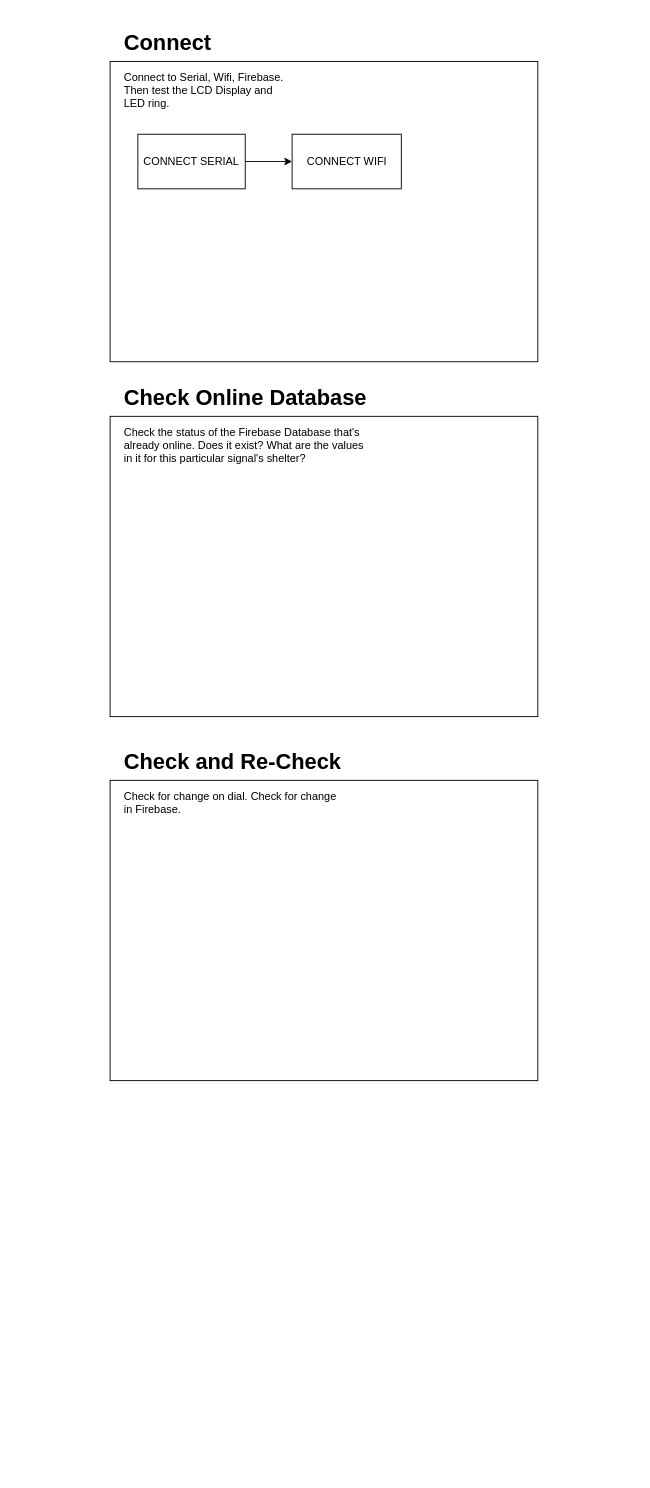
This is page "Page-2" (3 of 4) of diagrams/chalmers-signal-occupancy.drawio from chalmersproject/openshelter-signal, a draw.io file, before an edit. Source tidied: cells renumbered, new cells numbered last; positions are measured from the earlier drawing's top-left corner, leaving out a move shared by most shapes. Both pictures are drawn from the tidied source at 91%, with x=0, y=0 at pixel (110, 25).
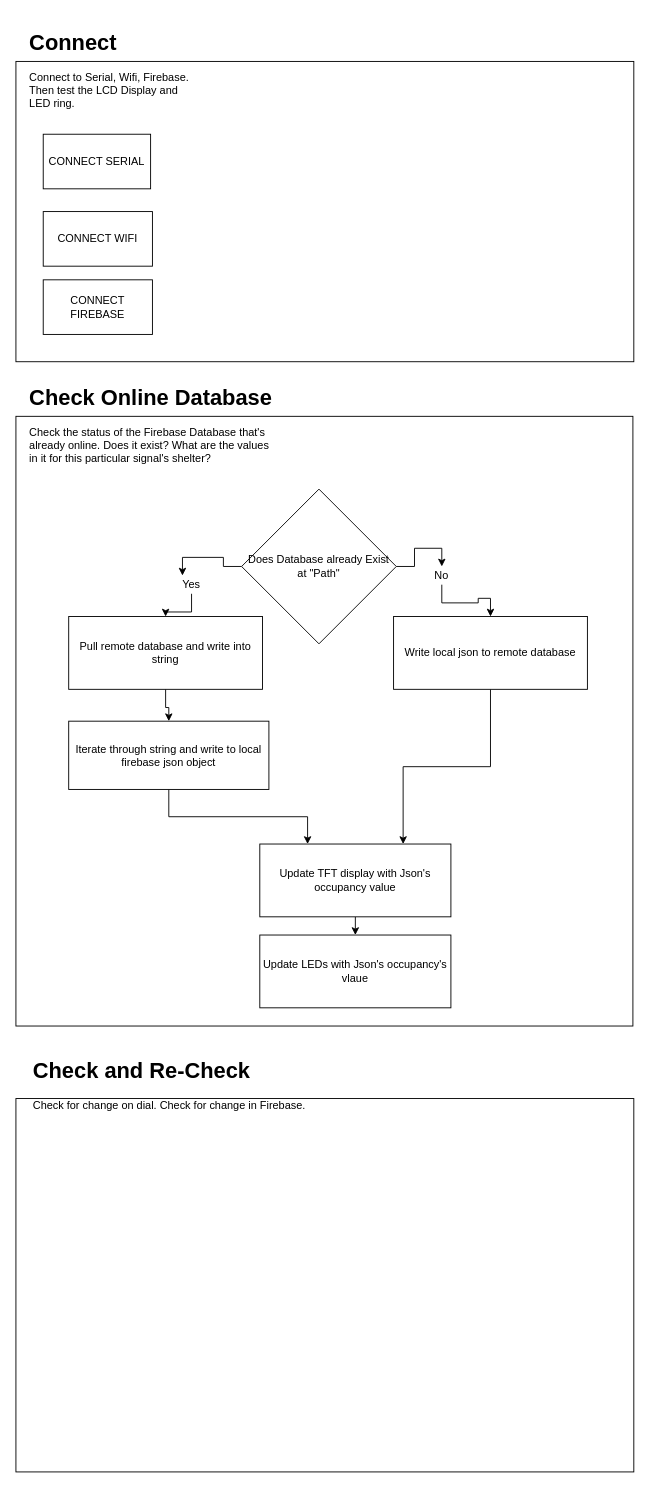
After the change.

Commit message (it also covers changes not shown here):
can pull and read from database

Diff of the diagram source:
```diff
@@
     <mxCell id="2" style="rounded=0;whiteSpace=wrap;html=1;" parent="1" vertex="1">
-      <mxGeometry x="-0.5" y="40" width="470" height="330" as="geometry" />
+      <mxGeometry x="-104" y="40" width="679" height="330" as="geometry" />
     </mxCell>
     <mxCell id="3" value="&lt;h1&gt;Connect&lt;/h1&gt;&lt;p&gt;Connect to Serial, Wifi, Firebase. Then test the LCD Display and LED ring.&lt;span&gt;&amp;nbsp;&lt;/span&gt;&lt;/p&gt;" style="text;html=1;strokeColor=none;fillColor=none;spacing=5;spacingTop=-20;whiteSpace=wrap;overflow=hidden;rounded=0;" parent="1" vertex="1">
-      <mxGeometry x="9.5" width="190" height="120" as="geometry" />
+      <mxGeometry x="-94.5" width="190" height="120" as="geometry" />
     </mxCell>
     <mxCell id="4" style="rounded=0;whiteSpace=wrap;html=1;" parent="1" vertex="1">
-      <mxGeometry x="-0.5" y="430" width="470" height="330" as="geometry" />
+      <mxGeometry x="-104" y="430" width="678" height="670" as="geometry" />
     </mxCell>
     <mxCell id="5" value="&lt;h1&gt;Check Online Database&lt;/h1&gt;&lt;p&gt;Check the status of the Firebase Database that's already online. Does it exist? What are the values in it for this particular signal's shelter?&lt;/p&gt;" style="text;html=1;strokeColor=none;fillColor=none;spacing=5;spacingTop=-20;whiteSpace=wrap;overflow=hidden;rounded=0;" parent="1" vertex="1">
-      <mxGeometry x="9.5" y="390" width="280" height="120" as="geometry" />
+      <mxGeometry x="-94.5" y="390" width="280" height="120" as="geometry" />
     </mxCell>
+    <mxCell id="9" value="CONNECT SERIAL" style="rounded=0;whiteSpace=wrap;html=1;" parent="1" vertex="1">
+      <mxGeometry x="-74" y="120" width="118" height="60" as="geometry" />
+    </mxCell>
+    <mxCell id="10" value="CONNECT WIFI" style="rounded=0;whiteSpace=wrap;html=1;" parent="1" vertex="1">
+      <mxGeometry x="-74" y="205" width="120" height="60" as="geometry" />
+    </mxCell>
+    <mxCell id="11" value="CONNECT FIREBASE" style="rounded=0;whiteSpace=wrap;html=1;" parent="1" vertex="1">
+      <mxGeometry x="-74" y="280" width="120" height="60" as="geometry" />
+    </mxCell>
+    <mxCell id="12" style="edgeStyle=orthogonalEdgeStyle;rounded=0;jettySize=auto;html=1;exitX=0;exitY=0.5;exitDx=0;exitDy=0;entryX=0.25;entryY=0;entryDx=0;entryDy=0;" parent="1" edge="1" source="14" target="21">
+      <mxGeometry relative="1" as="geometry" />
+    </mxCell>
+    <mxCell id="13" style="edgeStyle=orthogonalEdgeStyle;rounded=0;jettySize=auto;html=1;exitX=1;exitY=0.5;exitDx=0;exitDy=0;entryX=0.5;entryY=0;entryDx=0;entryDy=0;" parent="1" edge="1" source="14" target="23">
+      <mxGeometry relative="1" as="geometry" />
+    </mxCell>
+    <mxCell id="14" value="Does Database already Exist at &quot;Path&quot;" style="rhombus;whiteSpace=wrap;html=1;" parent="1" vertex="1">
+      <mxGeometry x="144" y="510" width="170" height="170" as="geometry" />
+    </mxCell>
+    <mxCell id="15" style="group;" parent="1" vertex="1">
+      <mxGeometry x="-104" y="1130" width="679" height="460" as="geometry" />
+    </mxCell>
-    <mxCell id="6" style="rounded=0;whiteSpace=wrap;html=1;" parent="1" vertex="1">
-      <mxGeometry x="-0.5" y="830" width="470" height="330" as="geometry" />
+    <mxCell id="6" style="rounded=0;whiteSpace=wrap;html=1;" parent="15" vertex="1">
+      <mxGeometry y="49.7" width="679" height="410.3" as="geometry" />
     </mxCell>
-    <mxCell id="7" value="&lt;h1&gt;Check and Re-Check&lt;/h1&gt;&lt;p&gt;Check for change on dial. Check for change in Firebase.&lt;/p&gt;" style="text;html=1;strokeColor=none;fillColor=none;spacing=5;spacingTop=-20;whiteSpace=wrap;overflow=hidden;rounded=0;" parent="1" vertex="1">
-      <mxGeometry x="9.5" y="790" width="250" height="120" as="geometry" />
+    <mxCell id="7" value="&lt;h1&gt;Check and Re-Check&lt;/h1&gt;&lt;p&gt;Check for change on dial. Check for change in Firebase.&lt;/p&gt;" style="text;html=1;strokeColor=none;fillColor=none;spacing=5;spacingTop=-20;whiteSpace=wrap;overflow=hidden;rounded=0;" parent="15" vertex="1">
+      <mxGeometry x="14.4" width="361.2" height="149.2" as="geometry" />
     </mxCell>
-    <mxCell id="8" style="edgeStyle=orthogonalEdgeStyle;rounded=0;jettySize=auto;html=1;exitX=1;exitY=0.5;exitDx=0;exitDy=0;entryX=0;entryY=0.5;entryDx=0;entryDy=0;" parent="1" edge="1" source="9" target="10">
-      <mxGeometry relative="1" as="geometry" />
-    </mxCell>
-    <mxCell id="9" value="CONNECT SERIAL" style="rounded=0;whiteSpace=wrap;html=1;" parent="1" vertex="1">
-      <mxGeometry x="30" y="120" width="118" height="60" as="geometry" />
-    </mxCell>
-    <mxCell id="10" value="CONNECT WIFI" style="rounded=0;whiteSpace=wrap;html=1;" parent="1" vertex="1">
-      <mxGeometry x="199.5" y="120" width="120" height="60" as="geometry" />
-    </mxCell>
+    <mxCell id="16" style="edgeStyle=orthogonalEdgeStyle;rounded=0;jettySize=auto;html=1;exitX=0.5;exitY=1;exitDx=0;exitDy=0;" parent="1" edge="1" source="17" target="27">
+      <mxGeometry relative="1" as="geometry" />
+    </mxCell>
+    <mxCell id="17" value="Pull remote database and write into string" style="rounded=0;whiteSpace=wrap;html=1;" parent="1" vertex="1">
+      <mxGeometry x="-46" y="650" width="213" height="80" as="geometry" />
+    </mxCell>
+    <mxCell id="18" style="edgeStyle=orthogonalEdgeStyle;rounded=0;jettySize=auto;html=1;exitX=0.5;exitY=1;exitDx=0;exitDy=0;entryX=0.75;entryY=0;entryDx=0;entryDy=0;" parent="1" edge="1" source="19" target="25">
+      <mxGeometry relative="1" as="geometry" />
+    </mxCell>
+    <mxCell id="19" value="Write local json to remote database" style="rounded=0;whiteSpace=wrap;html=1;" parent="1" vertex="1">
+      <mxGeometry x="311" y="650" width="213" height="80" as="geometry" />
+    </mxCell>
+    <mxCell id="20" style="edgeStyle=orthogonalEdgeStyle;rounded=0;jettySize=auto;html=1;exitX=0.5;exitY=1;exitDx=0;exitDy=0;" parent="1" edge="1" source="21" target="17">
+      <mxGeometry relative="1" as="geometry" />
+    </mxCell>
+    <mxCell id="21" value="Yes" style="text;html=1;strokeColor=none;fillColor=none;align=center;verticalAlign=middle;whiteSpace=wrap;rounded=0;" parent="1" vertex="1">
+      <mxGeometry x="69" y="605" width="40" height="20" as="geometry" />
+    </mxCell>
+    <mxCell id="22" style="edgeStyle=orthogonalEdgeStyle;rounded=0;jettySize=auto;html=1;exitX=0.5;exitY=1;exitDx=0;exitDy=0;" parent="1" edge="1" source="23" target="19">
+      <mxGeometry relative="1" as="geometry" />
+    </mxCell>
+    <mxCell id="23" value="No" style="text;html=1;strokeColor=none;fillColor=none;align=center;verticalAlign=middle;whiteSpace=wrap;rounded=0;" parent="1" vertex="1">
+      <mxGeometry x="344" y="595" width="40" height="20" as="geometry" />
+    </mxCell>
+    <mxCell id="24" style="edgeStyle=orthogonalEdgeStyle;rounded=0;jettySize=auto;html=1;exitX=0.5;exitY=1;exitDx=0;exitDy=0;entryX=0.5;entryY=0;entryDx=0;entryDy=0;" parent="1" edge="1" source="25" target="28">
+      <mxGeometry relative="1" as="geometry" />
+    </mxCell>
+    <mxCell id="25" value="Update TFT display with Json's occupancy value" style="rounded=0;whiteSpace=wrap;html=1;" parent="1" vertex="1">
+      <mxGeometry x="164" y="900" width="210" height="80" as="geometry" />
+    </mxCell>
+    <mxCell id="26" style="edgeStyle=orthogonalEdgeStyle;rounded=0;jettySize=auto;html=1;exitX=0.5;exitY=1;exitDx=0;exitDy=0;entryX=0.25;entryY=0;entryDx=0;entryDy=0;" parent="1" edge="1" source="27" target="25">
+      <mxGeometry relative="1" as="geometry" />
+    </mxCell>
+    <mxCell id="27" value="Iterate through string and write to local firebase json object" style="rounded=0;whiteSpace=wrap;html=1;" parent="1" vertex="1">
+      <mxGeometry x="-46" y="765" width="220" height="75" as="geometry" />
+    </mxCell>
+    <mxCell id="28" value="Update LEDs with Json's occupancy's vlaue" style="rounded=0;whiteSpace=wrap;html=1;" parent="1" vertex="1">
+      <mxGeometry x="164" y="1000" width="210" height="80" as="geometry" />
+    </mxCell>
```
